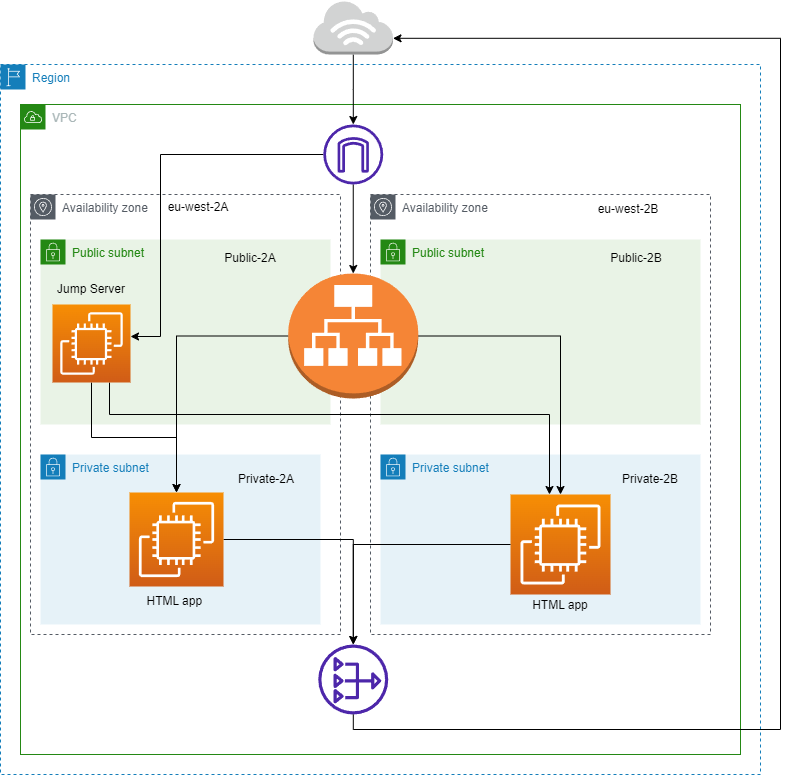
lukaross368/AWS-VPC keeps this draw.io diagram as vpc.drawio.png. Above is the earlier version. Source tidied: cells renumbered, new cells last; positions are measured from the earlier drawing's top-left corner, leaving out a move shared by most shapes.
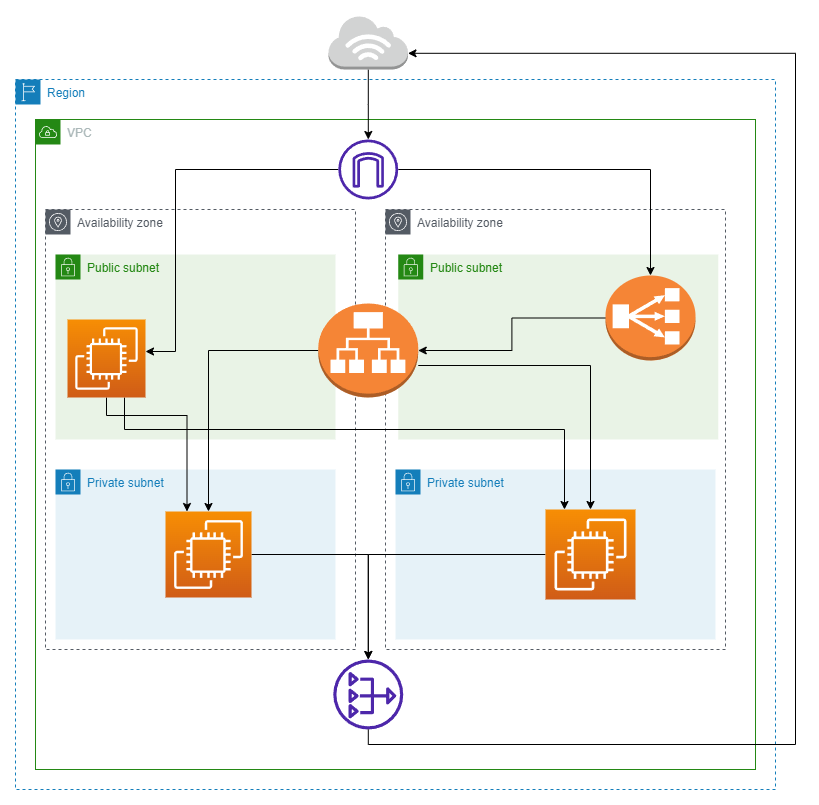
Above is the later version.

What changed in the source:
```diff
@@ -14,33 +14,18 @@
     <mxCell id="5" value="Private subnet" style="gradientColor=none;html=1;whiteSpace=wrap;fontSize=12;fontStyle=0;shape=mxgraph.aws4.group;grIcon=mxgraph.aws4.group_security_group;grStroke=0;strokeColor=#147EBA;fillColor=#E6F2F8;verticalAlign=top;align=left;spacingLeft=30;fontColor=#147EBA;dashed=0;" parent="3" vertex="1">
       <mxGeometry x="40" y="390" width="280" height="170" as="geometry" />
     </mxCell>
-    <mxCell id="6" value="Private-2A" style="text;html=1;strokeColor=none;fillColor=none;align=center;verticalAlign=middle;whiteSpace=wrap;rounded=0;" parent="5" vertex="1">
-      <mxGeometry x="196" y="10" width="60" height="30" as="geometry" />
-    </mxCell>
     <mxCell id="7" value="Public subnet" style="gradientColor=none;html=1;whiteSpace=wrap;fontSize=12;fontStyle=0;shape=mxgraph.aws4.group;grIcon=mxgraph.aws4.group_security_group;grStroke=0;strokeColor=#248814;fillColor=#E9F3E6;verticalAlign=top;align=left;spacingLeft=30;fontColor=#248814;dashed=0;" parent="3" vertex="1">
-      <mxGeometry x="40" y="175" width="290" height="185" as="geometry" />
+      <mxGeometry x="40" y="175" width="280" height="185" as="geometry" />
     </mxCell>
-    <mxCell id="8" value="Public-2A" style="text;html=1;strokeColor=none;fillColor=none;align=center;verticalAlign=middle;whiteSpace=wrap;rounded=0;" parent="7" vertex="1">
-      <mxGeometry x="180" y="4" width="60" height="30" as="geometry" />
-    </mxCell>
     <mxCell id="9" value="Availability zone" style="sketch=0;gradientColor=none;html=1;whiteSpace=wrap;fontSize=12;fontStyle=0;shape=mxgraph.aws4.group;grIcon=mxgraph.aws4.group_availability_zone;strokeColor=#545B64;fillColor=none;verticalAlign=top;align=left;spacingLeft=30;fontColor=#545B64;dashed=1;" parent="3" vertex="1">
       <mxGeometry x="370" y="130" width="340" height="440" as="geometry" />
     </mxCell>
-    <mxCell id="10" style="edgeStyle=orthogonalEdgeStyle;rounded=0;jettySize=auto;html=1;" parent="3" edge="1" source="16" target="23">
-      <mxGeometry relative="1" as="geometry" />
-    </mxCell>
     <mxCell id="11" value="Public subnet" style="gradientColor=none;html=1;whiteSpace=wrap;fontSize=12;fontStyle=0;shape=mxgraph.aws4.group;grIcon=mxgraph.aws4.group_security_group;grStroke=0;strokeColor=#248814;fillColor=#E9F3E6;verticalAlign=top;align=left;spacingLeft=30;fontColor=#248814;dashed=0;" parent="3" vertex="1">
-      <mxGeometry x="380" y="175" width="320" height="185" as="geometry" />
+      <mxGeometry x="382.8" y="175" width="320" height="185" as="geometry" />
     </mxCell>
-    <mxCell id="12" value="Public-2B" style="text;html=1;strokeColor=none;fillColor=none;align=center;verticalAlign=middle;whiteSpace=wrap;rounded=0;" parent="11" vertex="1">
-      <mxGeometry x="226" y="4" width="60" height="30" as="geometry" />
-    </mxCell>
     <mxCell id="13" value="Private subnet" style="gradientColor=none;html=1;whiteSpace=wrap;fontSize=12;fontStyle=0;shape=mxgraph.aws4.group;grIcon=mxgraph.aws4.group_security_group;grStroke=0;strokeColor=#147EBA;fillColor=#E6F2F8;verticalAlign=top;align=left;spacingLeft=30;fontColor=#147EBA;dashed=0;" parent="3" vertex="1">
       <mxGeometry x="380" y="390" width="320" height="170" as="geometry" />
     </mxCell>
-    <mxCell id="14" style="sketch=0;points=[[0,0,0],[0.25,0,0],[0.5,0,0],[0.75,0,0],[1,0,0],[0,1,0],[0.25,1,0],[0.5,1,0],[0.75,1,0],[1,1,0],[0,0.25,0],[0,0.5,0],[0,0.75,0],[1,0.25,0],[1,0.5,0],[1,0.75,0]];outlineConnect=0;fontColor=#232F3E;gradientColor=#F78E04;gradientDirection=north;fillColor=#D05C17;strokeColor=#ffffff;dashed=0;verticalLabelPosition=bottom;verticalAlign=top;align=center;html=1;fontSize=12;fontStyle=0;shape=mxgraph.aws4.resourceIcon;resIcon=mxgraph.aws4.ec2;" parent="13" vertex="1">
-      <mxGeometry x="130" y="40" width="100" height="100" as="geometry" />
-    </mxCell>
     <mxCell id="15" style="edgeStyle=orthogonalEdgeStyle;rounded=0;jettySize=auto;html=1;" parent="3" edge="1" source="16" target="29">
       <mxGeometry relative="1" as="geometry">
         <Array as="points">
@@ -49,62 +34,65 @@
         </Array>
       </mxGeometry>
     </mxCell>
+    <mxCell id="36" style="edgeStyle=orthogonalEdgeStyle;rounded=0;jettySize=auto;html=1;" parent="3" edge="1" source="16" target="38">
+      <mxGeometry relative="1" as="geometry" />
+    </mxCell>
     <mxCell id="16" style="sketch=0;outlineConnect=0;fontColor=#232F3E;gradientColor=none;fillColor=#4D27AA;strokeColor=none;dashed=0;verticalLabelPosition=bottom;verticalAlign=top;align=center;html=1;fontSize=12;fontStyle=0;shape=mxgraph.aws4.internet_gateway;" parent="3" vertex="1">
       <mxGeometry x="322.8" y="60" width="60" height="60" as="geometry" />
     </mxCell>
-    <mxCell id="17" value="Private-2B" style="text;html=1;strokeColor=none;fillColor=none;align=center;verticalAlign=middle;whiteSpace=wrap;rounded=0;" parent="3" vertex="1">
-      <mxGeometry x="620" y="400" width="60" height="30" as="geometry" />
-    </mxCell>
-    <mxCell id="18" value="eu-west-2A" style="text;html=1;strokeColor=none;fillColor=none;align=center;verticalAlign=middle;whiteSpace=wrap;rounded=0;" parent="3" vertex="1">
-      <mxGeometry x="160" y="128" width="76" height="30" as="geometry" />
-    </mxCell>
-    <mxCell id="19" value="eu-west-2B" style="text;html=1;strokeColor=none;fillColor=none;align=center;verticalAlign=middle;whiteSpace=wrap;rounded=0;" parent="3" vertex="1">
-      <mxGeometry x="590" y="130" width="76" height="30" as="geometry" />
-    </mxCell>
     <mxCell id="20" style="sketch=0;outlineConnect=0;fontColor=#232F3E;gradientColor=none;fillColor=#4D27AA;strokeColor=none;dashed=0;verticalLabelPosition=bottom;verticalAlign=top;align=center;html=1;fontSize=12;fontStyle=0;shape=mxgraph.aws4.nat_gateway;" parent="3" vertex="1">
       <mxGeometry x="317.8" y="580" width="70" height="70" as="geometry" />
     </mxCell>
-    <mxCell id="21" style="edgeStyle=orthogonalEdgeStyle;rounded=0;jettySize=auto;html=1;exitX=0;exitY=0.5;exitDx=0;exitDy=0;exitPerimeter=0;" parent="3" edge="1" source="23" target="25">
+    <mxCell id="21" style="edgeStyle=orthogonalEdgeStyle;rounded=0;jettySize=auto;html=1;exitX=0;exitY=0.5;exitDx=0;exitDy=0;exitPerimeter=0;" parent="3" edge="1" source="40" target="25">
       <mxGeometry relative="1" as="geometry" />
     </mxCell>
-    <mxCell id="22" style="edgeStyle=orthogonalEdgeStyle;rounded=0;jettySize=auto;html=1;" parent="3" edge="1" source="23" target="14">
-      <mxGeometry relative="1" as="geometry" />
-    </mxCell>
-    <mxCell id="23" style="outlineConnect=0;dashed=0;verticalLabelPosition=bottom;verticalAlign=top;align=center;html=1;shape=mxgraph.aws3.application_load_balancer;fillColor=#F58536;gradientColor=none;" parent="3" vertex="1">
-      <mxGeometry x="287.8" y="209" width="130" height="125" as="geometry" />
-    </mxCell>
     <mxCell id="24" style="edgeStyle=orthogonalEdgeStyle;rounded=0;jettySize=auto;html=1;" parent="3" edge="1" source="25" target="20">
       <mxGeometry relative="1" as="geometry" />
     </mxCell>
+    <mxCell id="26" style="edgeStyle=orthogonalEdgeStyle;rounded=0;jettySize=auto;html=1;" parent="3" edge="1" source="14" target="20">
+      <mxGeometry relative="1" as="geometry" />
+    </mxCell>
+    <mxCell id="28" style="edgeStyle=orthogonalEdgeStyle;rounded=0;jettySize=auto;html=1;" parent="3" edge="1" source="29" target="14">
+      <mxGeometry relative="1" as="geometry">
+        <Array as="points">
+          <mxPoint x="109" y="350" />
+          <mxPoint x="549" y="350" />
+        </Array>
+      </mxGeometry>
+    </mxCell>
+    <mxCell id="27" style="edgeStyle=orthogonalEdgeStyle;rounded=0;jettySize=auto;html=1;entryX=0.25;entryY=0;entryDx=0;entryDy=0;entryPerimeter=0;" parent="3" edge="1" source="29" target="25">
+      <mxGeometry relative="1" as="geometry">
+        <Array as="points">
+          <mxPoint x="91" y="336" />
+          <mxPoint x="172" y="336" />
+        </Array>
+      </mxGeometry>
+    </mxCell>
+    <mxCell id="29" style="sketch=0;points=[[0,0,0],[0.25,0,0],[0.5,0,0],[0.75,0,0],[1,0,0],[0,1,0],[0.25,1,0],[0.5,1,0],[0.75,1,0],[1,1,0],[0,0.25,0],[0,0.5,0],[0,0.75,0],[1,0.25,0],[1,0.5,0],[1,0.75,0]];outlineConnect=0;fontColor=#232F3E;gradientColor=#F78E04;gradientDirection=north;fillColor=#D05C17;strokeColor=#ffffff;dashed=0;verticalLabelPosition=bottom;verticalAlign=top;align=center;html=1;fontSize=12;fontStyle=0;shape=mxgraph.aws4.resourceIcon;resIcon=mxgraph.aws4.ec2;" parent="3" vertex="1">
+      <mxGeometry x="52" y="240" width="78" height="78" as="geometry" />
+    </mxCell>
+    <mxCell id="14" style="sketch=0;points=[[0,0,0],[0.25,0,0],[0.5,0,0],[0.75,0,0],[1,0,0],[0,1,0],[0.25,1,0],[0.5,1,0],[0.75,1,0],[1,1,0],[0,0.25,0],[0,0.5,0],[0,0.75,0],[1,0.25,0],[1,0.5,0],[1,0.75,0]];outlineConnect=0;fontColor=#232F3E;gradientColor=#F78E04;gradientDirection=north;fillColor=#D05C17;strokeColor=#ffffff;dashed=0;verticalLabelPosition=bottom;verticalAlign=top;align=center;html=1;fontSize=12;fontStyle=0;shape=mxgraph.aws4.resourceIcon;resIcon=mxgraph.aws4.ec2;" parent="3" vertex="1">
+      <mxGeometry x="530" y="430" width="90" height="90" as="geometry" />
+    </mxCell>
     <mxCell id="25" style="sketch=0;points=[[0,0,0],[0.25,0,0],[0.5,0,0],[0.75,0,0],[1,0,0],[0,1,0],[0.25,1,0],[0.5,1,0],[0.75,1,0],[1,1,0],[0,0.25,0],[0,0.5,0],[0,0.75,0],[1,0.25,0],[1,0.5,0],[1,0.75,0]];outlineConnect=0;fontColor=#232F3E;gradientColor=#F78E04;gradientDirection=north;fillColor=#D05C17;strokeColor=#ffffff;dashed=0;verticalLabelPosition=bottom;verticalAlign=top;align=center;html=1;fontSize=12;fontStyle=0;shape=mxgraph.aws4.resourceIcon;resIcon=mxgraph.aws4.ec2;" parent="3" vertex="1">
-      <mxGeometry x="129" y="428" width="94" height="94" as="geometry" />
+      <mxGeometry x="150" y="432" width="86" height="86" as="geometry" />
     </mxCell>
-    <mxCell id="26" style="edgeStyle=orthogonalEdgeStyle;rounded=0;jettySize=auto;html=1;" parent="3" edge="1" source="14" target="20">
-      <mxGeometry relative="1" as="geometry" />
-    </mxCell>
-    <mxCell id="27" style="edgeStyle=orthogonalEdgeStyle;rounded=0;jettySize=auto;html=1;entryX=0.5;entryY=0;entryDx=0;entryDy=0;entryPerimeter=0;" parent="3" edge="1" source="29" target="25">
-      <mxGeometry relative="1" as="geometry" />
-    </mxCell>
-    <mxCell id="28" style="edgeStyle=orthogonalEdgeStyle;rounded=0;jettySize=auto;html=1;" parent="3" edge="1" source="29" target="14">
-      <mxGeometry relative="1" as="geometry">
-        <Array as="points">
-          <mxPoint x="109" y="350" />
-          <mxPoint x="549" y="350" />
-        </Array>
-      </mxGeometry>
-    </mxCell>
-    <mxCell id="29" style="sketch=0;points=[[0,0,0],[0.25,0,0],[0.5,0,0],[0.75,0,0],[1,0,0],[0,1,0],[0.25,1,0],[0.5,1,0],[0.75,1,0],[1,1,0],[0,0.25,0],[0,0.5,0],[0,0.75,0],[1,0.25,0],[1,0.5,0],[1,0.75,0]];outlineConnect=0;fontColor=#232F3E;gradientColor=#F78E04;gradientDirection=north;fillColor=#D05C17;strokeColor=#ffffff;dashed=0;verticalLabelPosition=bottom;verticalAlign=top;align=center;html=1;fontSize=12;fontStyle=0;shape=mxgraph.aws4.resourceIcon;resIcon=mxgraph.aws4.ec2;" parent="3" vertex="1">
-      <mxGeometry x="52" y="240" width="78" height="78" as="geometry" />
-    </mxCell>
-    <mxCell id="30" value="Jump Server" style="text;html=1;strokeColor=none;fillColor=none;align=center;verticalAlign=middle;whiteSpace=wrap;rounded=0;" parent="3" vertex="1">
-      <mxGeometry x="46" y="210" width="90" height="30" as="geometry" />
-    </mxCell>
-    <mxCell id="31" value="HTML app" style="text;html=1;strokeColor=none;fillColor=none;align=center;verticalAlign=middle;whiteSpace=wrap;rounded=0;" parent="3" vertex="1">
-      <mxGeometry x="530" y="526" width="60" height="30" as="geometry" />
-    </mxCell>
-    <mxCell id="32" value="HTML app&amp;nbsp;" style="text;html=1;strokeColor=none;fillColor=none;align=center;verticalAlign=middle;whiteSpace=wrap;rounded=0;" parent="3" vertex="1">
-      <mxGeometry x="136" y="522" width="80" height="30" as="geometry" />
-    </mxCell>
+    <mxCell id="37" style="edgeStyle=orthogonalEdgeStyle;rounded=0;jettySize=auto;html=1;entryX=1;entryY=0.5;entryDx=0;entryDy=0;entryPerimeter=0;" parent="3" edge="1" source="38" target="40">
+      <mxGeometry relative="1" as="geometry" />
+    </mxCell>
+    <mxCell id="38" style="outlineConnect=0;dashed=0;verticalLabelPosition=bottom;verticalAlign=top;align=center;html=1;shape=mxgraph.aws3.classic_load_balancer;fillColor=#F58536;gradientColor=none;" parent="3" vertex="1">
+      <mxGeometry x="590" y="196" width="90" height="85" as="geometry" />
+    </mxCell>
+    <mxCell id="39" style="edgeStyle=orthogonalEdgeStyle;rounded=0;jettySize=auto;html=1;" parent="3" edge="1" source="40" target="14">
+      <mxGeometry relative="1" as="geometry">
+        <Array as="points">
+          <mxPoint x="575" y="286" />
+        </Array>
+      </mxGeometry>
+    </mxCell>
+    <mxCell id="40" style="outlineConnect=0;dashed=0;verticalLabelPosition=bottom;verticalAlign=top;align=center;html=1;shape=mxgraph.aws3.application_load_balancer;fillColor=#F58536;gradientColor=none;" parent="3" vertex="1">
+      <mxGeometry x="302.8" y="224" width="100" height="94" as="geometry" />
+    </mxCell>
     <mxCell id="33" style="edgeStyle=orthogonalEdgeStyle;rounded=0;jettySize=auto;html=1;" parent="1" edge="1" source="34" target="16">
       <mxGeometry relative="1" as="geometry" />
     </mxCell>
```
